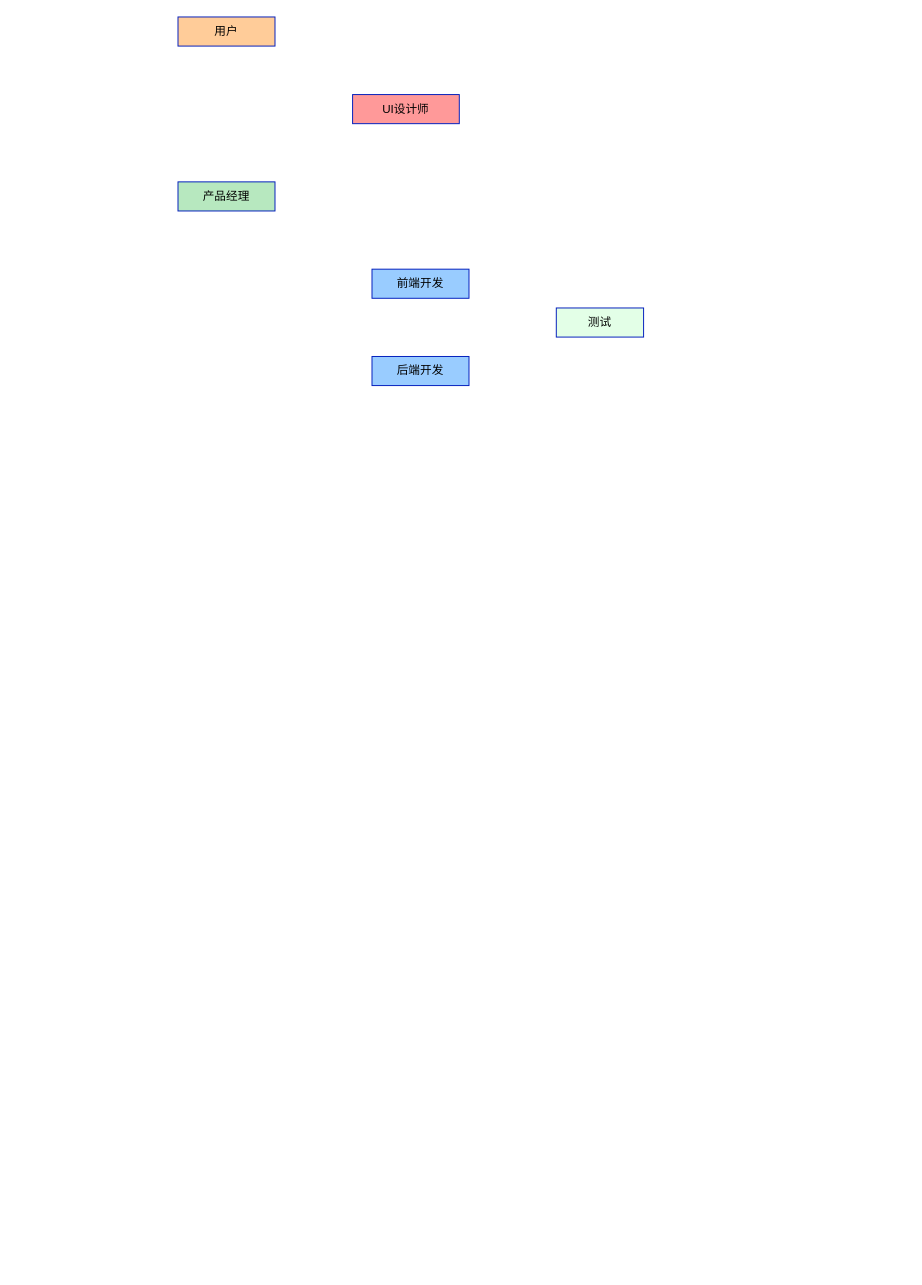
Earlier version of the draw.io diagram docs/Agent流程图.dio (xxf1996/snowdream_company). Source tidied: cells renumbered, new cells numbered last; positions are measured from the earlier drawing's top-left corner, leaving out a move shared by most shapes. Both pictures are drawn from the tidied source at 97%, with x=0, y=0 at pixel (178, 16).
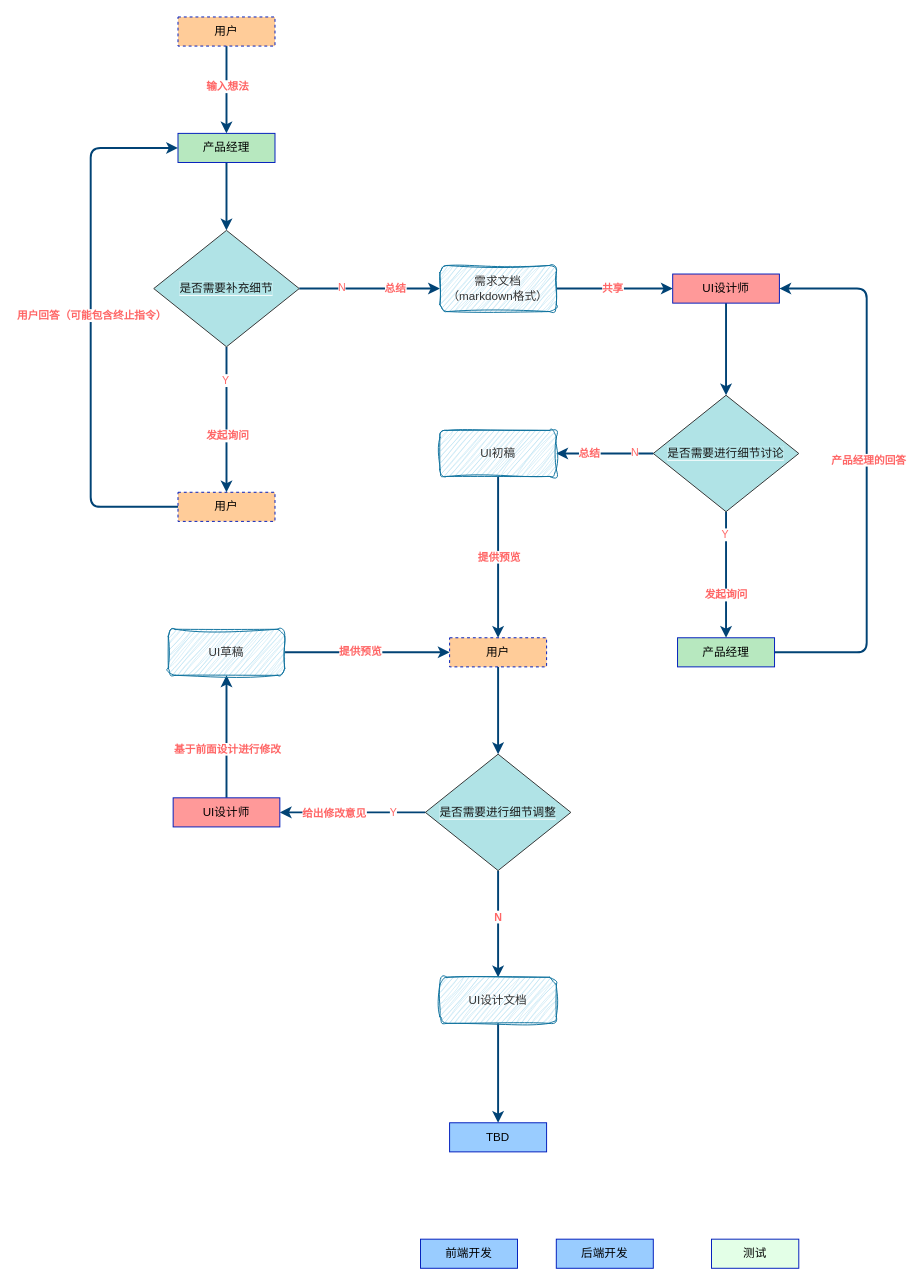
The same diagram, later.

Commit message (it also covers changes not shown here):
docs: 补充Agent流程图

Diff of the diagram source:
```diff
@@
+    <mxCell id="8" style="edgeStyle=none;html=1;exitX=0.5;exitY=1;exitDx=0;exitDy=0;entryX=0.5;entryY=0;entryDx=0;entryDy=0;strokeColor=#014375;strokeWidth=2;" parent="1" edge="1" source="2" target="3">
+      <mxGeometry relative="1" as="geometry" />
+    </mxCell>
+    <mxCell id="9" value="&lt;font style=&quot;&quot; color=&quot;#ff6666&quot;&gt;&lt;b style=&quot;background-color: rgb(255, 255, 255);&quot;&gt;输入想法&lt;/b&gt;&lt;/font&gt;" style="edgeLabel;html=1;align=center;verticalAlign=middle;" parent="8" vertex="1">
+      <mxGeometry x="-0.05" relative="1" as="geometry">
+        <mxPoint y="-2" as="offset" />
+      </mxGeometry>
+    </mxCell>
-    <mxCell id="2" value="用户" style="rounded=0;whiteSpace=wrap;html=1;strokeColor=#001DBC;fontColor=#000000;fillColor=#FFCC99;" parent="1" vertex="1">
+    <mxCell id="2" value="用户" style="rounded=0;whiteSpace=wrap;html=1;strokeColor=#001DBC;fontColor=#000000;fillColor=#FFCC99;dashed=1;" parent="1" vertex="1">
       <mxGeometry width="100" height="30" as="geometry" />
     </mxCell>
+    <mxCell id="10" style="edgeStyle=none;html=1;exitX=0.5;exitY=1;exitDx=0;exitDy=0;entryX=0.5;entryY=0;entryDx=0;entryDy=0;strokeColor=#014375;strokeWidth=2;fontColor=#1A1A1A;" parent="1" edge="1" source="3" target="21">
+      <mxGeometry relative="1" as="geometry" />
+    </mxCell>
     <mxCell id="3" value="产品经理" style="rounded=0;whiteSpace=wrap;html=1;strokeColor=#001DBC;fontColor=#000000;fillColor=#B7E8BF;" parent="1" vertex="1">
-      <mxGeometry y="170" width="100" height="30" as="geometry" />
+      <mxGeometry y="120" width="100" height="30" as="geometry" />
     </mxCell>
+    <mxCell id="11" style="edgeStyle=orthogonalEdgeStyle;html=1;exitX=0.5;exitY=1;exitDx=0;exitDy=0;entryX=0.5;entryY=0;entryDx=0;entryDy=0;strokeColor=#014375;strokeWidth=2;fontColor=#FF6666;" parent="1" edge="1" source="4" target="34">
+      <mxGeometry relative="1" as="geometry" />
+    </mxCell>
     <mxCell id="4" value="UI设计师" style="rounded=0;whiteSpace=wrap;html=1;strokeColor=#001DBC;fontColor=#000000;fillColor=#FF9999;" parent="1" vertex="1">
-      <mxGeometry x="180" y="80" width="110" height="30" as="geometry" />
+      <mxGeometry x="510" y="265" width="110" height="30" as="geometry" />
     </mxCell>
     <mxCell id="5" value="前端开发" style="rounded=0;whiteSpace=wrap;html=1;strokeColor=#001DBC;fontColor=#000000;fillColor=#99CCFF;" parent="1" vertex="1">
-      <mxGeometry x="200" y="260" width="100" height="30" as="geometry" />
+      <mxGeometry x="250" y="1260" width="100" height="30" as="geometry" />
     </mxCell>
     <mxCell id="6" value="后端开发" style="rounded=0;whiteSpace=wrap;html=1;strokeColor=#001DBC;fontColor=#000000;fillColor=#99CCFF;" parent="1" vertex="1">
-      <mxGeometry x="200" y="350" width="100" height="30" as="geometry" />
+      <mxGeometry x="390" y="1260" width="100" height="30" as="geometry" />
     </mxCell>
     <mxCell id="7" value="测试" style="rounded=0;whiteSpace=wrap;html=1;strokeColor=#001DBC;fontColor=#000000;fillColor=#E3FFE7;" parent="1" vertex="1">
-      <mxGeometry x="390" y="300" width="90" height="30" as="geometry" />
+      <mxGeometry x="550" y="1260" width="90" height="30" as="geometry" />
     </mxCell>
+    <mxCell id="12" style="edgeStyle=orthogonalEdgeStyle;html=1;exitX=0;exitY=0.5;exitDx=0;exitDy=0;entryX=0;entryY=0.5;entryDx=0;entryDy=0;strokeColor=#014375;strokeWidth=2;fontColor=#FF6666;" parent="1" edge="1" source="14" target="3">
+      <mxGeometry relative="1" as="geometry">
+        <Array as="points">
+          <mxPoint x="-90" y="505" />
+          <mxPoint x="-90" y="135" />
+        </Array>
+      </mxGeometry>
+    </mxCell>
+    <mxCell id="13" value="&lt;span style=&quot;background-color: rgb(255, 255, 255);&quot;&gt;&lt;b&gt;用户回答（可能包含终止指令）&lt;/b&gt;&lt;/span&gt;" style="edgeLabel;html=1;align=center;verticalAlign=middle;fontColor=#FF6666;" parent="12" vertex="1">
+      <mxGeometry x="0.05" relative="1" as="geometry">
+        <mxPoint y="1" as="offset" />
+      </mxGeometry>
+    </mxCell>
+    <mxCell id="14" value="用户" style="rounded=0;whiteSpace=wrap;html=1;strokeColor=#001DBC;fontColor=#000000;fillColor=#FFCC99;dashed=1;" parent="1" vertex="1">
+      <mxGeometry y="490" width="100" height="30" as="geometry" />
+    </mxCell>
+    <mxCell id="15" style="edgeStyle=none;html=1;exitX=0.5;exitY=1;exitDx=0;exitDy=0;entryX=0.5;entryY=0;entryDx=0;entryDy=0;strokeColor=#014375;strokeWidth=2;fontColor=#1A1A1A;" parent="1" edge="1" source="21" target="14">
+      <mxGeometry relative="1" as="geometry" />
+    </mxCell>
+    <mxCell id="16" value="&lt;span style=&quot;background-color: rgb(255, 255, 255);&quot;&gt;&lt;font color=&quot;#ff6666&quot;&gt;&lt;b&gt;发起询问&lt;/b&gt;&lt;/font&gt;&lt;/span&gt;" style="edgeLabel;html=1;align=center;verticalAlign=middle;fontColor=#1A1A1A;" parent="15" vertex="1">
+      <mxGeometry x="-0.07" y="-1" relative="1" as="geometry">
+        <mxPoint x="1" y="21" as="offset" />
+      </mxGeometry>
+    </mxCell>
+    <mxCell id="17" value="&lt;span style=&quot;background-color: rgb(255, 255, 255);&quot;&gt;Y&lt;/span&gt;" style="edgeLabel;html=1;align=center;verticalAlign=middle;fontColor=#FF6666;" parent="15" vertex="1">
+      <mxGeometry x="-0.55" relative="1" as="geometry">
+        <mxPoint x="-2" as="offset" />
+      </mxGeometry>
+    </mxCell>
+    <mxCell id="18" style="edgeStyle=orthogonalEdgeStyle;html=1;exitX=1;exitY=0.5;exitDx=0;exitDy=0;entryX=0;entryY=0.5;entryDx=0;entryDy=0;strokeColor=#014375;strokeWidth=2;fontColor=#FF6666;" parent="1" edge="1" source="21" target="24">
+      <mxGeometry relative="1" as="geometry" />
+    </mxCell>
+    <mxCell id="19" value="&lt;span style=&quot;background-color: rgb(255, 255, 255);&quot;&gt;N&lt;/span&gt;" style="edgeLabel;html=1;align=center;verticalAlign=middle;fontColor=#FF6666;" parent="18" vertex="1">
+      <mxGeometry x="-0.17" relative="1" as="geometry">
+        <mxPoint x="-16" y="-1" as="offset" />
+      </mxGeometry>
+    </mxCell>
+    <mxCell id="20" value="&lt;span style=&quot;background-color: rgb(255, 255, 255);&quot;&gt;&lt;font color=&quot;#ff6666&quot;&gt;&lt;b&gt;总结&lt;/b&gt;&lt;/font&gt;&lt;/span&gt;" style="edgeLabel;html=1;align=center;verticalAlign=middle;fontColor=#333333;" parent="18" vertex="1">
+      <mxGeometry x="0.35" y="-1" relative="1" as="geometry">
+        <mxPoint y="-1" as="offset" />
+      </mxGeometry>
+    </mxCell>
+    <mxCell id="21" value="&lt;span style=&quot;background-color: rgb(176, 227, 230);&quot;&gt;&lt;font color=&quot;#1a1a1a&quot;&gt;是否需要补充细节&lt;/font&gt;&lt;/span&gt;" style="rhombus;whiteSpace=wrap;html=1;labelBackgroundColor=#FFFFFF;fillColor=#b0e3e6;strokeColor=#333333;" parent="1" vertex="1">
+      <mxGeometry x="-25" y="220" width="150" height="120" as="geometry" />
+    </mxCell>
+    <mxCell id="22" style="edgeStyle=orthogonalEdgeStyle;html=1;exitX=1;exitY=0.5;exitDx=0;exitDy=0;entryX=0;entryY=0.5;entryDx=0;entryDy=0;strokeColor=#014375;strokeWidth=2;fontColor=#FF6666;" parent="1" edge="1" source="24" target="4">
+      <mxGeometry relative="1" as="geometry" />
+    </mxCell>
+    <mxCell id="23" value="&lt;span style=&quot;background-color: rgb(255, 255, 255);&quot;&gt;&lt;b&gt;共享&lt;/b&gt;&lt;/span&gt;" style="edgeLabel;html=1;align=center;verticalAlign=middle;fontColor=#FF6666;" parent="22" vertex="1">
+      <mxGeometry x="-0.04" relative="1" as="geometry" />
+    </mxCell>
+    <mxCell id="24" value="&lt;font color=&quot;#333333&quot;&gt;需求文档&lt;br&gt;（markdown格式）&lt;br&gt;&lt;/font&gt;" style="rounded=1;whiteSpace=wrap;html=1;strokeColor=#10739e;fillColor=#b1ddf0;glass=0;sketch=1;curveFitting=1;jiggle=2;" parent="1" vertex="1">
+      <mxGeometry x="270" y="256.2" width="120" height="47.5" as="geometry" />
+    </mxCell>
+    <mxCell id="25" style="edgeStyle=orthogonalEdgeStyle;html=1;exitX=1;exitY=0.5;exitDx=0;exitDy=0;entryX=1;entryY=0.5;entryDx=0;entryDy=0;strokeColor=#014375;strokeWidth=2;fontColor=#FF6666;" parent="1" edge="1" source="27" target="4">
+      <mxGeometry relative="1" as="geometry">
+        <Array as="points">
+          <mxPoint x="710" y="655" />
+          <mxPoint x="710" y="280" />
+        </Array>
+      </mxGeometry>
+    </mxCell>
+    <mxCell id="26" value="&lt;span style=&quot;background-color: rgb(255, 255, 255);&quot;&gt;&lt;b&gt;产品经理的回答&lt;/b&gt;&lt;/span&gt;" style="edgeLabel;html=1;align=center;verticalAlign=middle;fontColor=#FF6666;" parent="25" vertex="1">
+      <mxGeometry x="0.05" y="-1" relative="1" as="geometry" />
+    </mxCell>
+    <mxCell id="27" value="产品经理" style="rounded=0;whiteSpace=wrap;html=1;strokeColor=#001DBC;fontColor=#000000;fillColor=#B7E8BF;" parent="1" vertex="1">
+      <mxGeometry x="515" y="640" width="100" height="30" as="geometry" />
+    </mxCell>
+    <mxCell id="28" style="edgeStyle=orthogonalEdgeStyle;html=1;exitX=0.5;exitY=1;exitDx=0;exitDy=0;entryX=0.5;entryY=0;entryDx=0;entryDy=0;strokeColor=#014375;strokeWidth=2;fontColor=#FF6666;" parent="1" edge="1" source="34" target="27">
+      <mxGeometry relative="1" as="geometry" />
+    </mxCell>
+    <mxCell id="29" value="&lt;span style=&quot;background-color: rgb(255, 255, 255);&quot;&gt;Y&lt;/span&gt;" style="edgeLabel;html=1;align=center;verticalAlign=middle;fontColor=#FF6666;" parent="28" vertex="1">
+      <mxGeometry x="-0.64" y="-1" relative="1" as="geometry">
+        <mxPoint x="-1" as="offset" />
+      </mxGeometry>
+    </mxCell>
+    <mxCell id="30" value="&lt;span style=&quot;background-color: rgb(255, 255, 255);&quot;&gt;&lt;b&gt;发起询问&lt;/b&gt;&lt;/span&gt;" style="edgeLabel;html=1;align=center;verticalAlign=middle;fontColor=#FF6666;" parent="28" vertex="1">
+      <mxGeometry x="0.31" y="-1" relative="1" as="geometry" />
+    </mxCell>
+    <mxCell id="31" style="edgeStyle=orthogonalEdgeStyle;html=1;exitX=0;exitY=0.5;exitDx=0;exitDy=0;entryX=1;entryY=0.5;entryDx=0;entryDy=0;strokeColor=#014375;strokeWidth=2;fontColor=#FF6666;" parent="1" edge="1" source="34" target="37">
+      <mxGeometry relative="1" as="geometry" />
+    </mxCell>
+    <mxCell id="32" value="&lt;span style=&quot;background-color: rgb(255, 255, 255);&quot;&gt;N&lt;/span&gt;" style="edgeLabel;html=1;align=center;verticalAlign=middle;fontColor=#FF6666;" parent="31" vertex="1">
+      <mxGeometry x="-0.6" y="-1" relative="1" as="geometry" />
+    </mxCell>
+    <mxCell id="33" value="&lt;span style=&quot;background-color: rgb(255, 255, 255);&quot;&gt;&lt;b&gt;总结&lt;/b&gt;&lt;/span&gt;" style="edgeLabel;html=1;align=center;verticalAlign=middle;fontColor=#FF6666;" parent="31" vertex="1">
+      <mxGeometry x="0.32" y="1" relative="1" as="geometry">
+        <mxPoint y="-1" as="offset" />
+      </mxGeometry>
+    </mxCell>
+    <mxCell id="34" value="&lt;span style=&quot;background-color: rgb(176, 227, 230);&quot;&gt;&lt;font color=&quot;#1a1a1a&quot;&gt;是否需要进行细节讨论&lt;/font&gt;&lt;/span&gt;" style="rhombus;whiteSpace=wrap;html=1;labelBackgroundColor=#FFFFFF;fillColor=#b0e3e6;strokeColor=#333333;" parent="1" vertex="1">
+      <mxGeometry x="490" y="390" width="150" height="120" as="geometry" />
+    </mxCell>
+    <mxCell id="35" style="edgeStyle=orthogonalEdgeStyle;html=1;exitX=0.5;exitY=1;exitDx=0;exitDy=0;entryX=0.5;entryY=0;entryDx=0;entryDy=0;strokeColor=#014375;strokeWidth=2;fontColor=#FF6666;" parent="1" edge="1" source="37" target="39">
+      <mxGeometry relative="1" as="geometry" />
+    </mxCell>
+    <mxCell id="36" value="&lt;span style=&quot;background-color: rgb(255, 255, 255);&quot;&gt;&lt;b&gt;提供预览&lt;/b&gt;&lt;/span&gt;" style="edgeLabel;html=1;align=center;verticalAlign=middle;fontColor=#FF6666;" parent="35" vertex="1">
+      <mxGeometry relative="1" as="geometry" />
+    </mxCell>
+    <mxCell id="37" value="&lt;font color=&quot;#333333&quot;&gt;UI初稿&lt;br&gt;&lt;/font&gt;" style="rounded=1;whiteSpace=wrap;html=1;strokeColor=#10739e;fillColor=#b1ddf0;glass=0;sketch=1;curveFitting=1;jiggle=2;" parent="1" vertex="1">
+      <mxGeometry x="270" y="426.2" width="120" height="47.5" as="geometry" />
+    </mxCell>
+    <mxCell id="38" style="edgeStyle=orthogonalEdgeStyle;html=1;exitX=0.5;exitY=1;exitDx=0;exitDy=0;entryX=0.5;entryY=0;entryDx=0;entryDy=0;strokeColor=#014375;strokeWidth=2;fontColor=#FF6666;" parent="1" edge="1" source="39" target="45">
+      <mxGeometry relative="1" as="geometry" />
+    </mxCell>
+    <mxCell id="39" value="用户" style="rounded=0;whiteSpace=wrap;html=1;strokeColor=#001DBC;fontColor=#000000;fillColor=#FFCC99;dashed=1;" parent="1" vertex="1">
+      <mxGeometry x="280" y="640" width="100" height="30" as="geometry" />
+    </mxCell>
+    <mxCell id="40" style="edgeStyle=orthogonalEdgeStyle;html=1;exitX=0;exitY=0.5;exitDx=0;exitDy=0;entryX=1;entryY=0.5;entryDx=0;entryDy=0;strokeColor=#014375;strokeWidth=2;fontColor=#FF6666;" parent="1" edge="1" source="45" target="48">
+      <mxGeometry relative="1" as="geometry" />
+    </mxCell>
+    <mxCell id="41" value="&lt;span style=&quot;background-color: rgb(255, 255, 255);&quot;&gt;Y&lt;/span&gt;" style="edgeLabel;html=1;align=center;verticalAlign=middle;fontColor=#FF6666;" parent="40" vertex="1">
+      <mxGeometry x="-0.12" y="1" relative="1" as="geometry">
+        <mxPoint x="32" y="-2" as="offset" />
+      </mxGeometry>
+    </mxCell>
+    <mxCell id="42" value="&lt;span style=&quot;background-color: rgb(255, 255, 255);&quot;&gt;&lt;b&gt;给出修改意见&lt;/b&gt;&lt;/span&gt;" style="edgeLabel;html=1;align=center;verticalAlign=middle;fontColor=#FF6666;" parent="40" vertex="1">
+      <mxGeometry x="0.44" y="1" relative="1" as="geometry">
+        <mxPoint x="13" y="-1" as="offset" />
+      </mxGeometry>
+    </mxCell>
+    <mxCell id="43" style="edgeStyle=orthogonalEdgeStyle;html=1;exitX=0.5;exitY=1;exitDx=0;exitDy=0;strokeColor=#014375;strokeWidth=2;fontColor=#FF6666;" parent="1" edge="1" source="45" target="53">
+      <mxGeometry relative="1" as="geometry" />
+    </mxCell>
+    <mxCell id="44" value="&lt;span style=&quot;background-color: rgb(255, 255, 255);&quot;&gt;&lt;b&gt;N&lt;/b&gt;&lt;/span&gt;" style="edgeLabel;html=1;align=center;verticalAlign=middle;fontColor=#FF6666;" parent="43" vertex="1">
+      <mxGeometry x="-0.15" y="1" relative="1" as="geometry">
+        <mxPoint x="-2" as="offset" />
+      </mxGeometry>
+    </mxCell>
+    <mxCell id="45" value="&lt;span style=&quot;background-color: rgb(176, 227, 230);&quot;&gt;&lt;font color=&quot;#1a1a1a&quot;&gt;是否需要进行细节调整&lt;/font&gt;&lt;/span&gt;" style="rhombus;whiteSpace=wrap;html=1;labelBackgroundColor=#FFFFFF;fillColor=#b0e3e6;strokeColor=#333333;" parent="1" vertex="1">
+      <mxGeometry x="255" y="760" width="150" height="120" as="geometry" />
+    </mxCell>
+    <mxCell id="46" style="edgeStyle=orthogonalEdgeStyle;html=1;exitX=0.5;exitY=0;exitDx=0;exitDy=0;entryX=0.5;entryY=1;entryDx=0;entryDy=0;strokeColor=#014375;strokeWidth=2;fontColor=#FF6666;" parent="1" edge="1" source="48" target="51">
+      <mxGeometry relative="1" as="geometry" />
+    </mxCell>
+    <mxCell id="47" value="&lt;span style=&quot;background-color: rgb(255, 255, 255);&quot;&gt;&lt;b&gt;基于前面设计进行修改&lt;/b&gt;&lt;/span&gt;" style="edgeLabel;html=1;align=center;verticalAlign=middle;fontColor=#FF6666;" parent="46" vertex="1">
+      <mxGeometry x="-0.17" relative="1" as="geometry">
+        <mxPoint y="1" as="offset" />
+      </mxGeometry>
+    </mxCell>
+    <mxCell id="48" value="UI设计师" style="rounded=0;whiteSpace=wrap;html=1;strokeColor=#001DBC;fontColor=#000000;fillColor=#FF9999;" parent="1" vertex="1">
+      <mxGeometry x="-5" y="805" width="110" height="30" as="geometry" />
+    </mxCell>
+    <mxCell id="49" style="edgeStyle=orthogonalEdgeStyle;html=1;exitX=1;exitY=0.5;exitDx=0;exitDy=0;entryX=0;entryY=0.5;entryDx=0;entryDy=0;strokeColor=#014375;strokeWidth=2;fontColor=#FF6666;" parent="1" edge="1" source="51" target="39">
+      <mxGeometry relative="1" as="geometry" />
+    </mxCell>
+    <mxCell id="50" value="&lt;span style=&quot;background-color: rgb(255, 255, 255);&quot;&gt;&lt;b&gt;提供预览&lt;/b&gt;&lt;/span&gt;" style="edgeLabel;html=1;align=center;verticalAlign=middle;fontColor=#FF6666;" parent="49" vertex="1">
+      <mxGeometry x="-0.09" y="1" relative="1" as="geometry" />
+    </mxCell>
+    <mxCell id="51" value="&lt;font color=&quot;#333333&quot;&gt;UI草稿&lt;br&gt;&lt;/font&gt;" style="rounded=1;whiteSpace=wrap;html=1;strokeColor=#10739e;fillColor=#b1ddf0;glass=0;sketch=1;curveFitting=1;jiggle=2;" parent="1" vertex="1">
+      <mxGeometry x="-10" y="631.2" width="120" height="47.5" as="geometry" />
+    </mxCell>
+    <mxCell id="52" style="edgeStyle=orthogonalEdgeStyle;html=1;exitX=0.5;exitY=1;exitDx=0;exitDy=0;strokeColor=#014375;strokeWidth=2;fontColor=#FF6666;" parent="1" edge="1" source="53" target="54">
+      <mxGeometry relative="1" as="geometry" />
+    </mxCell>
+    <mxCell id="53" value="&lt;font color=&quot;#333333&quot;&gt;UI设计文档&lt;br&gt;&lt;/font&gt;" style="rounded=1;whiteSpace=wrap;html=1;strokeColor=#10739e;fillColor=#b1ddf0;glass=0;sketch=1;curveFitting=1;jiggle=2;" parent="1" vertex="1">
+      <mxGeometry x="270" y="990" width="120" height="47.5" as="geometry" />
+    </mxCell>
+    <mxCell id="54" value="TBD" style="rounded=0;whiteSpace=wrap;html=1;strokeColor=#001DBC;fontColor=#000000;fillColor=#99CCFF;" parent="1" vertex="1">
+      <mxGeometry x="280" y="1140" width="100" height="30" as="geometry" />
+    </mxCell>
```
